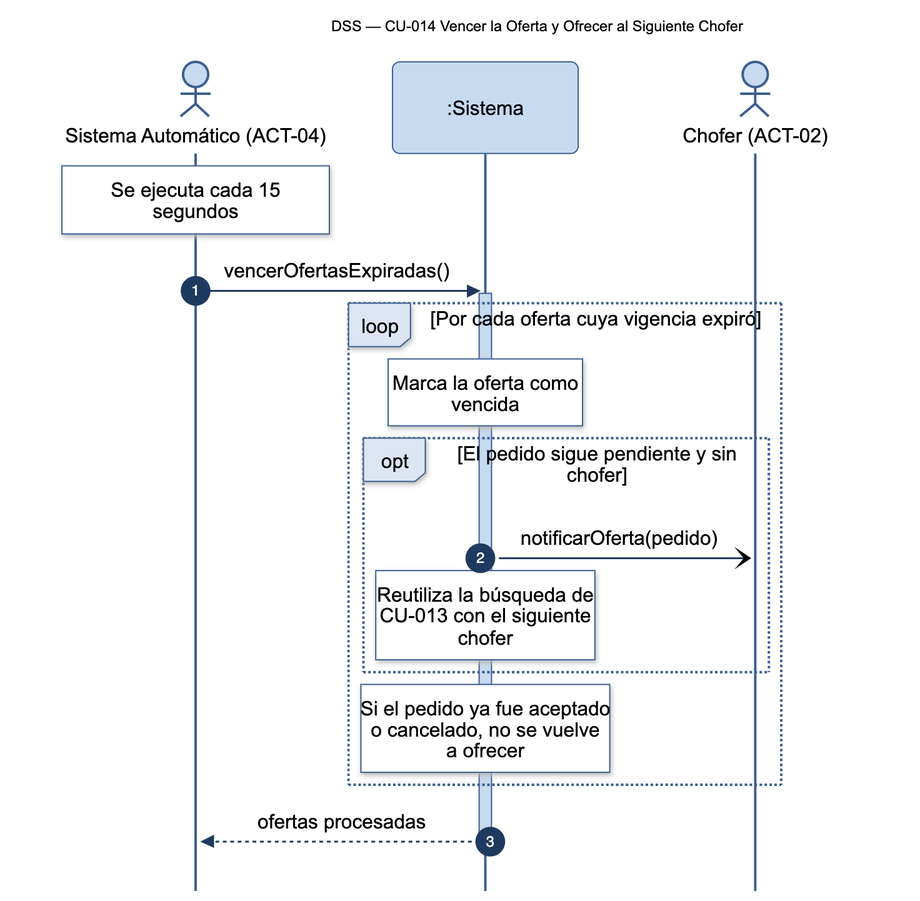
Earlier version of the Mermaid export diagramas/png/DSS_CU-014_Vencer-la-Oferta-y-Ofrecer-al-Siguiente-Chofer.png (Nahuelito-Dev/splg-docs). Its source is kept beside it as diagramas/DSS_CU-014_Vencer-la-Oferta-y-Ofrecer-al-Siguiente-Chofer.mmd.
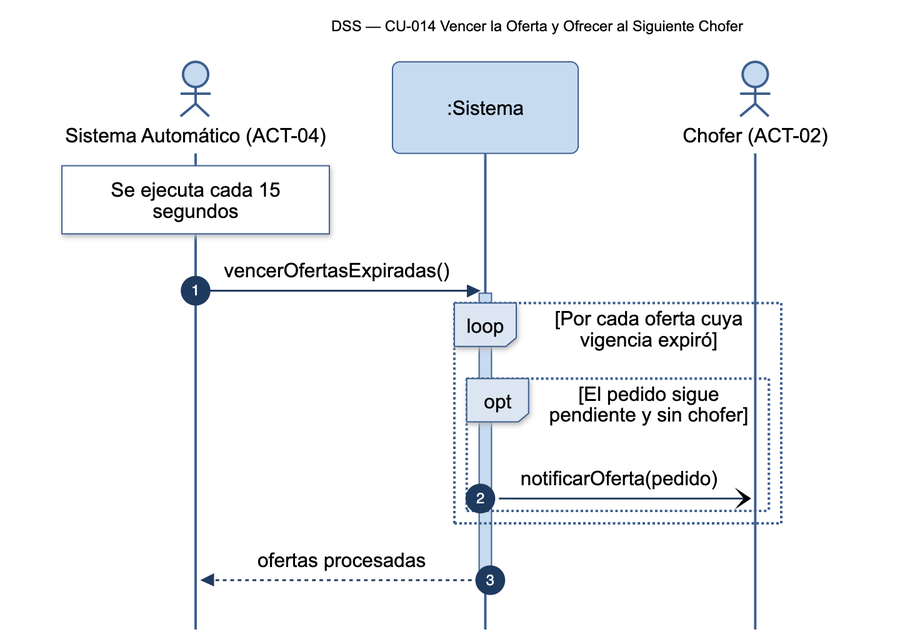
After the commit.

Diff of the diagram source:
```diff
@@ -9,12 +9,9 @@
     SAU->>SIS: vencerOfertasExpiradas()
     activate SIS
     loop Por cada oferta cuya vigencia expiró
-        Note over SIS: Marca la oferta como<br/>vencida
         opt El pedido sigue pendiente y sin chofer
             SIS-)CHO: notificarOferta(pedido)
-            Note over SIS: Reutiliza la búsqueda de<br/>CU-013 con el siguiente<br/>chofer
         end
-        Note over SIS: Si el pedido ya fue aceptado<br/>o cancelado, no se vuelve<br/>a ofrecer
     end
     SIS-->>SAU: ofertas procesadas
     deactivate SIS
```
